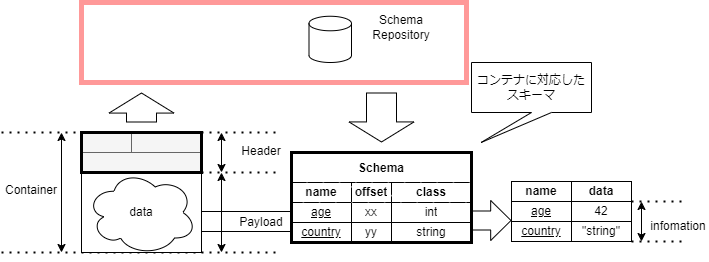
The draw.io diagram docs/spec_guide/repository.drawio.png in data-container-for-wearable-sensor/StartGuide, before a commit. Source tidied: cells renumbered, new cells last; positions are measured from the earlier drawing's top-left corner, leaving out a move shared by most shapes.
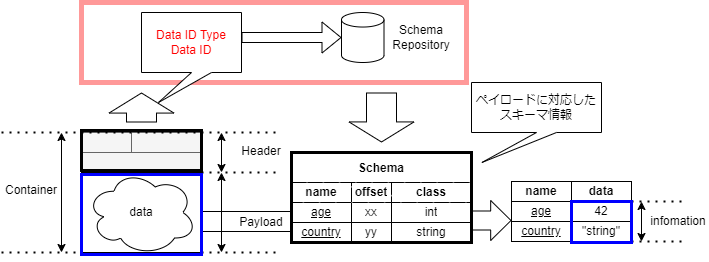
Later version of the same file.

The edit, as a diff of the source:
```diff
@@ -87,7 +87,7 @@
       </mxGeometry>
     </mxCell>
     <mxCell id="22" value="infomation" style="text;html=1;strokeColor=none;fillColor=none;align=center;verticalAlign=middle;whiteSpace=wrap;rounded=0;fillStyle=solid;strokeWidth=1;" parent="1" vertex="1">
-      <mxGeometry x="647" y="209" width="60" height="30" as="geometry" />
+      <mxGeometry x="647" y="204" width="60" height="30" as="geometry" />
     </mxCell>
     <mxCell id="23" value="Schema" style="shape=table;startSize=30;fontStyle=1;align=center;strokeWidth=1;" parent="1" vertex="1">
       <mxGeometry x="290" y="150" width="180" height="90" as="geometry" />
@@ -153,13 +153,13 @@
       </mxGeometry>
     </mxCell>
     <mxCell id="42" style="shape=cylinder3;whiteSpace=wrap;html=1;boundedLbl=1;backgroundOutline=1;size=7.267341613769531;" parent="1" vertex="1">
-      <mxGeometry x="307.5" y="13.8" width="42.5" height="46.2" as="geometry" />
+      <mxGeometry x="340" y="10" width="42.5" height="50" as="geometry" />
     </mxCell>
     <mxCell id="43" value="Schema&lt;br&gt;Repository" style="text;html=1;strokeColor=none;fillColor=none;align=center;verticalAlign=middle;whiteSpace=wrap;rounded=0;" parent="1" vertex="1">
-      <mxGeometry x="370" y="10" width="60" height="30" as="geometry" />
+      <mxGeometry x="390" y="20" width="60" height="30" as="geometry" />
     </mxCell>
     <mxCell id="44" style="rounded=0;whiteSpace=wrap;html=1;strokeWidth=3;fillColor=none;" parent="1" vertex="1">
-      <mxGeometry x="80" y="130" width="120" height="40" as="geometry" />
+      <mxGeometry x="80" y="128" width="120" height="40" as="geometry" />
     </mxCell>
     <mxCell id="45" style="rounded=0;whiteSpace=wrap;html=1;strokeWidth=3;fillColor=none;" parent="1" vertex="1">
       <mxGeometry x="290" y="150" width="180" height="90" as="geometry" />
@@ -176,8 +176,20 @@
         <mxPoint x="140" y="90" as="targetPoint" />
       </mxGeometry>
     </mxCell>
-    <mxCell id="48" value="コンテナに対応した&lt;br&gt;スキーマ" style="shape=callout;whiteSpace=wrap;html=1;perimeter=calloutPerimeter;position2=0.08;" parent="1" vertex="1">
-      <mxGeometry x="470" y="60" width="120" height="80" as="geometry" />
+    <mxCell id="48" value="ペイロードに対応した&lt;br&gt;スキーマ情報" style="shape=callout;whiteSpace=wrap;html=1;perimeter=calloutPerimeter;position2=0.08;" parent="1" vertex="1">
+      <mxGeometry x="470" y="80" width="130" height="80" as="geometry" />
     </mxCell>
+    <mxCell id="49" value="&lt;font color=&quot;#ff0000&quot;&gt;Data ID Type&lt;br&gt;Data ID&lt;/font&gt;" style="shape=callout;whiteSpace=wrap;html=1;perimeter=calloutPerimeter;position2=0.17;" parent="1" vertex="1">
+      <mxGeometry x="140" y="10" width="100" height="90" as="geometry" />
+    </mxCell>
+    <mxCell id="50" style="shape=flexArrow;endArrow=classic;html=1;fontColor=#FF0000;entryX=0;entryY=0.5;entryDx=0;entryDy=0;entryPerimeter=0;exitX=0;exitY=0;exitDx=100;exitDy=25;exitPerimeter=0;" parent="1" edge="1" source="49" target="42">
+      <mxGeometry relative="1" as="geometry" />
+    </mxCell>
+    <mxCell id="51" style="rounded=0;whiteSpace=wrap;html=1;strokeWidth=3;fillColor=none;strokeColor=#0000FF;" parent="1" vertex="1">
+      <mxGeometry x="80" y="172" width="120" height="80" as="geometry" />
+    </mxCell>
+    <mxCell id="52" style="rounded=0;whiteSpace=wrap;html=1;strokeWidth=3;fillColor=none;strokeColor=#0000FF;" parent="1" vertex="1">
+      <mxGeometry x="570" y="199" width="60" height="41" as="geometry" />
+    </mxCell>
   </root>
 </mxGraphModel>
```
